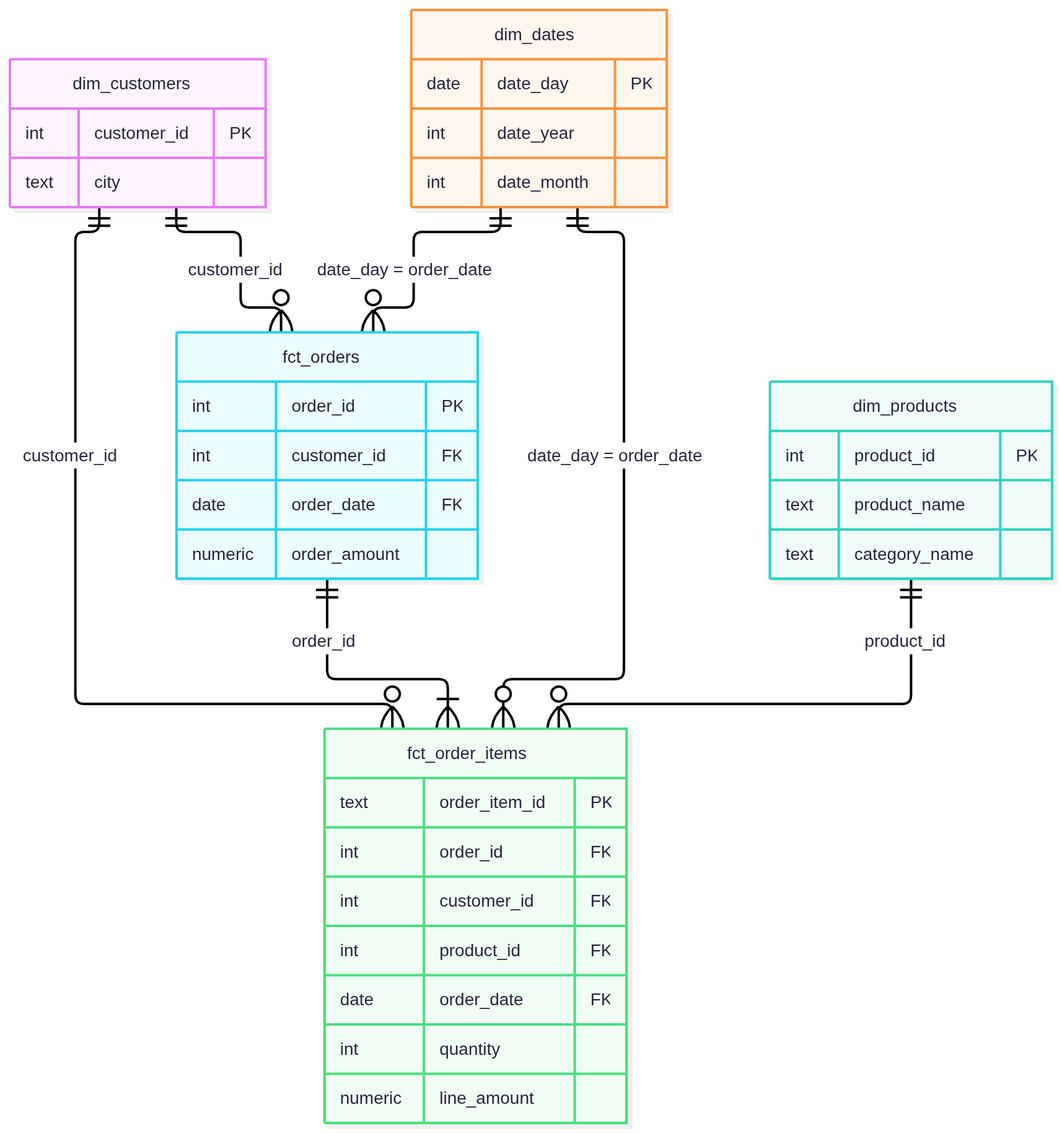
Before: docs/star_schema.png, a diagram exported from Mermaid (dpiliasova/store_hse). Its source is kept beside it as docs/star_schema.mmd.
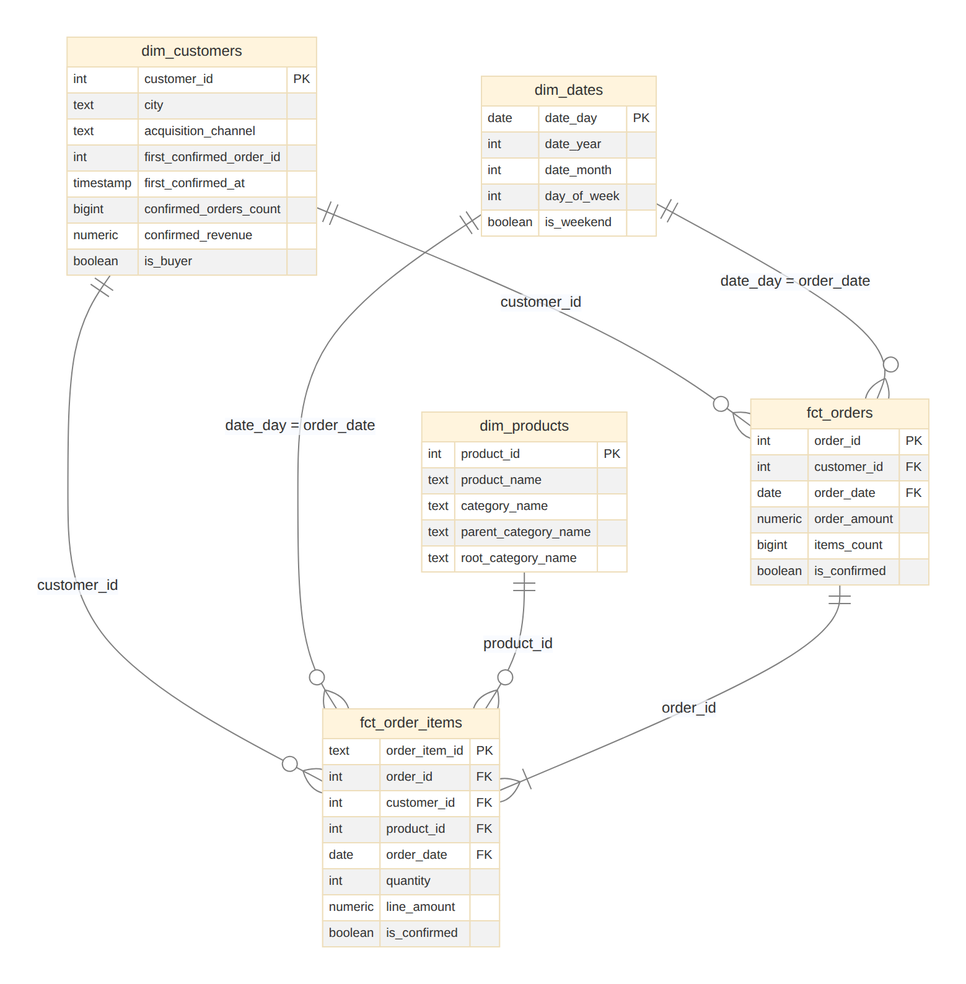
After the commit.

What changed in the source:
```diff
@@ -2,18 +2,28 @@
     dim_customers {
         int customer_id PK
         text city
+        text acquisition_channel
+        int first_confirmed_order_id
+        timestamp first_confirmed_at
+        bigint confirmed_orders_count
+        numeric confirmed_revenue
+        boolean is_buyer
     }
 
     dim_products {
         int product_id PK
         text product_name
         text category_name
+        text parent_category_name
+        text root_category_name
     }
 
     dim_dates {
         date date_day PK
         int date_year
         int date_month
+        int day_of_week
+        boolean is_weekend
     }
 
     fct_orders {
@@ -21,6 +31,8 @@
         int customer_id FK
         date order_date FK
         numeric order_amount
+        bigint items_count
+        boolean is_confirmed
     }
 
     fct_order_items {
@@ -31,6 +43,7 @@
         date order_date FK
         int quantity
         numeric line_amount
+        boolean is_confirmed
     }
 
     dim_customers ||--o{ fct_orders : customer_id
```
